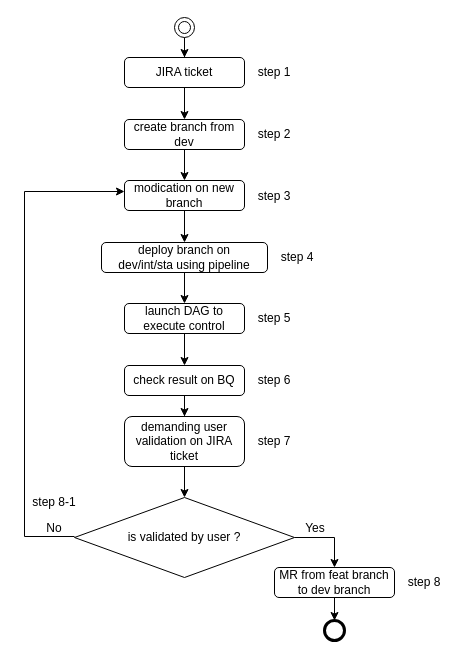
wunyu/drawio keeps this draw.io diagram as crocus_control_user_manual.drawio. Above is the earlier version. Source tidied: cells renumbered, new cells numbered last; positions are measured from the earlier drawing's top-left corner, leaving out a move shared by most shapes. Both pictures are drawn from the tidied source at 100%, with x=0, y=0 at pixel (24, 17).
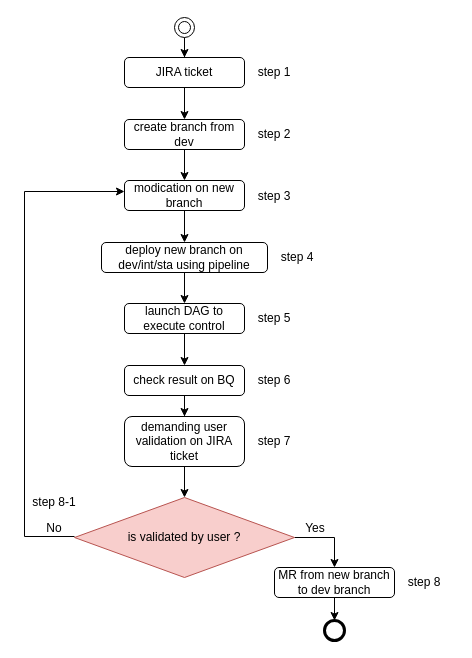
Above is the later version.

Change to the diagram source:
```diff
@@
-    <mxCell id="7" value="deploy branch on&lt;div&gt;dev/int/sta using pipeline&lt;/div&gt;" style="rounded=1;whiteSpace=wrap;html=1;" parent="1" vertex="1">
+    <mxCell id="7" value="deploy new branch on&lt;div&gt;dev/int/sta using pipeline&lt;/div&gt;" style="rounded=1;whiteSpace=wrap;html=1;" parent="1" vertex="1">
       <mxGeometry x="77" y="225" width="166" height="30" as="geometry" />
     </mxCell>
@@
-    <mxCell id="15" value="MR from feat branch to dev branch" style="rounded=1;whiteSpace=wrap;html=1;" parent="1" vertex="1">
+    <mxCell id="15" value="MR from new branch to dev branch" style="rounded=1;whiteSpace=wrap;html=1;" parent="1" vertex="1">
       <mxGeometry x="250" y="550" width="120" height="30" as="geometry" />
     </mxCell>
@@
-    <mxCell id="18" value="is validated by user ?" style="rhombus;whiteSpace=wrap;html=1;shapeInside=1;" parent="1" vertex="1">
+    <mxCell id="18" value="is validated by user ?" style="rhombus;whiteSpace=wrap;html=1;shapeInside=1;fillColor=#f8cecc;strokeColor=#b85450;" parent="1" vertex="1">
       <mxGeometry x="50" y="480" width="220" height="80" as="geometry" />
     </mxCell>
```
